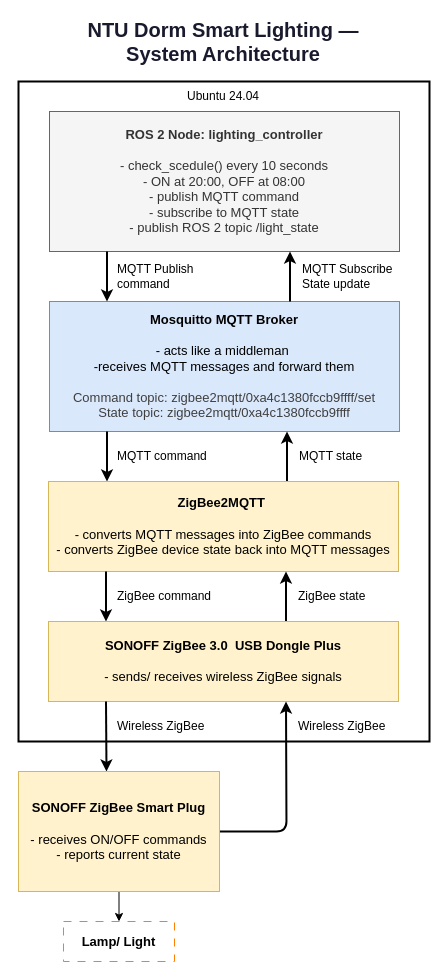
The draw.io diagram diagrams/system_archi.drawio in eileentyz/smart_home_take_home_assignment, before the edit. Source tidied: cells renumbered, new cells numbered last; positions are measured from the earlier drawing's top-left corner, leaving out a move shared by most shapes. Both pictures are drawn from the tidied source at 100%, with x=0, y=0 at pixel (18, 21).
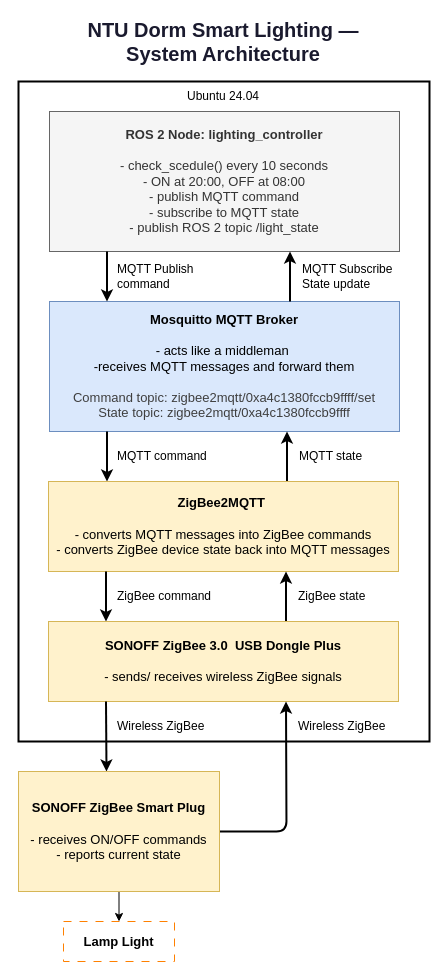
After the change.

The edit, as a diff of the source:
```diff
@@
-    <mxCell id="27" value="&lt;b&gt;&lt;font&gt;Lamp/ Light&lt;/font&gt;&lt;/b&gt;" style="rounded=0;whiteSpace=wrap;html=1;fillColor=default;strokeColor=#FF8000;strokeWidth=1;fontColor=#000000;fontSize=13;align=center;verticalAlign=middle;arcSize=8;dashed=1;dashPattern=8 8;" parent="1" vertex="1">
+    <mxCell id="27" value="&lt;b&gt;&lt;font&gt;Lamp Light&lt;/font&gt;&lt;/b&gt;" style="rounded=0;whiteSpace=wrap;html=1;fillColor=default;strokeColor=#FF8000;strokeWidth=1;fontColor=#000000;fontSize=13;align=center;verticalAlign=middle;arcSize=8;dashed=1;dashPattern=8 8;" parent="1" vertex="1">
       <mxGeometry x="45" y="900" width="111" height="40" as="geometry" />
     </mxCell>
```
